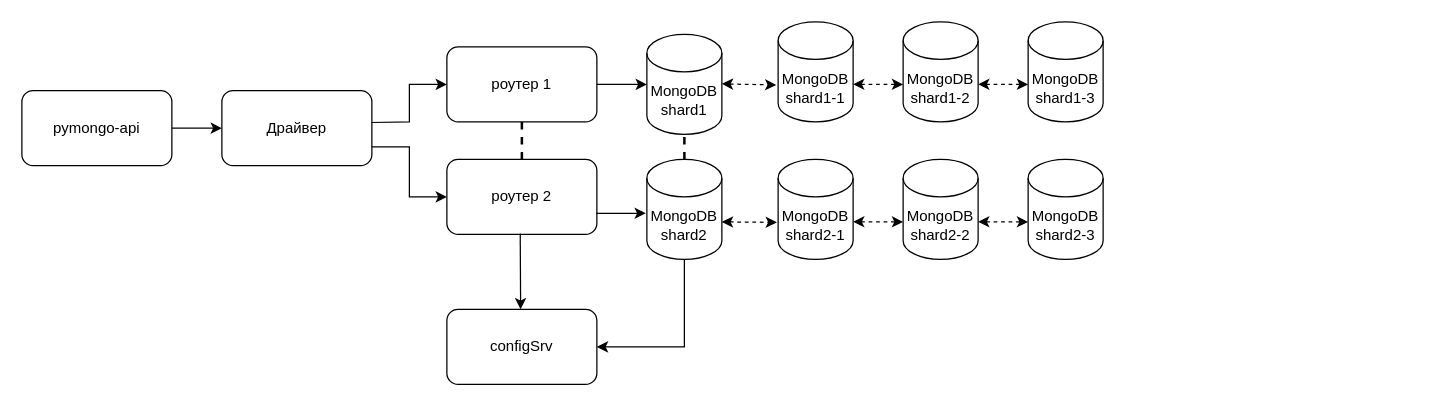
Above: page "Задание 1. Репликация" (3 of 6) of task1.drawio in Laborant90/architecture-sprint-2 (draw.io), before the change. Source tidied: cells renumbered, new cells numbered last; positions are measured from the earlier drawing's top-left corner, leaving out a move shared by most shapes. Both pictures are drawn from the tidied source at 125%, with x=0, y=0 at pixel (21, 21).
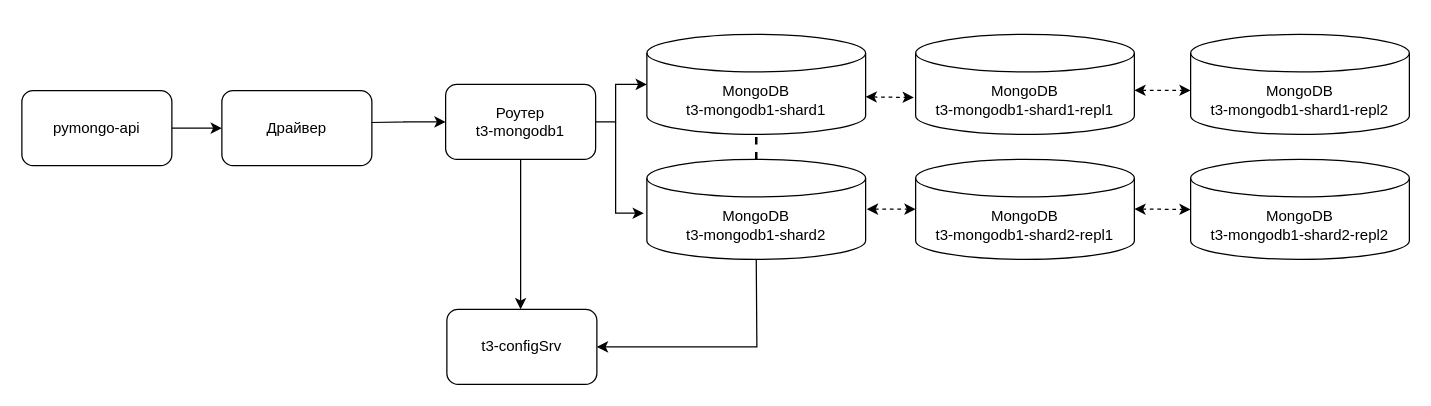
After the change.

The change refers to these unchanged cells:
```xml
<mxCell id="10" value="Драйвер" style="rounded=1;whiteSpace=wrap;html=1;" parent="1" vertex="1">
  <mxGeometry x="160" y="55" width="120" height="60" as="geometry" />
</mxCell>
```

Change to the diagram source:
```diff
@@
-    <mxCell id="2" value="MongoDB&lt;div&gt;shard1&lt;/div&gt;" style="shape=cylinder3;whiteSpace=wrap;html=1;boundedLbl=1;backgroundOutline=1;size=15;" parent="1" vertex="1">
-      <mxGeometry x="500" y="10" width="60" height="80" as="geometry" />
+    <mxCell id="2" value="MongoDB&lt;div&gt;t3-mongodb1-shard1&lt;/div&gt;" style="shape=cylinder3;whiteSpace=wrap;html=1;boundedLbl=1;backgroundOutline=1;size=15;" parent="1" vertex="1">
+      <mxGeometry x="500" y="10" width="175" height="80" as="geometry" />
     </mxCell>
@@
-    <mxCell id="4" value="роутер 1" style="rounded=1;whiteSpace=wrap;html=1;" parent="1" vertex="1">
-      <mxGeometry x="340" y="20" width="120" height="60" as="geometry" />
+    <mxCell id="4" value="Роутер&lt;div&gt;t3-mongodb1&lt;/div&gt;" style="rounded=1;whiteSpace=wrap;html=1;" parent="1" vertex="1">
+      <mxGeometry x="339" y="50" width="120" height="60" as="geometry" />
     </mxCell>
-    <mxCell id="5" value="роутер 2" style="rounded=1;whiteSpace=wrap;html=1;" parent="1" vertex="1">
-      <mxGeometry x="340" y="110" width="120" height="60" as="geometry" />
-    </mxCell>
-    <mxCell id="6" value="MongoDB&lt;div&gt;shard2&lt;/div&gt;" style="shape=cylinder3;whiteSpace=wrap;html=1;boundedLbl=1;backgroundOutline=1;size=15;" parent="1" vertex="1">
-      <mxGeometry x="500" y="110" width="60" height="80" as="geometry" />
+    <mxCell id="6" value="MongoDB&lt;div&gt;t3-mongodb1-shard2&lt;/div&gt;" style="shape=cylinder3;whiteSpace=wrap;html=1;boundedLbl=1;backgroundOutline=1;size=15;" parent="1" vertex="1">
+      <mxGeometry x="500" y="110" width="175" height="80" as="geometry" />
     </mxCell>
     <mxCell id="7" style="endArrow=classic;html=1;rounded=0;entryX=0;entryY=0.5;entryDx=0;entryDy=0;entryPerimeter=0;exitX=1;exitY=0.5;exitDx=0;exitDy=0;" parent="1" edge="1" source="4" target="2">
-      <mxGeometry relative="1" as="geometry" />
+      <mxGeometry relative="1" as="geometry">
+        <Array as="points">
+          <mxPoint x="475" y="80" />
+          <mxPoint x="475" y="50" />
+        </Array>
+      </mxGeometry>
     </mxCell>
-    <mxCell id="8" style="endArrow=classic;html=1;rounded=0;entryX=-0.014;entryY=0.539;entryDx=0;entryDy=0;entryPerimeter=0;exitX=0.997;exitY=0.72;exitDx=0;exitDy=0;exitPerimeter=0;" parent="1" edge="1" source="5" target="6">
-      <mxGeometry relative="1" as="geometry" />
+    <mxCell id="8" style="endArrow=classic;html=1;rounded=0;entryX=-0.014;entryY=0.539;entryDx=0;entryDy=0;entryPerimeter=0;" parent="1" edge="1" target="6">
+      <mxGeometry relative="1" as="geometry">
+        <mxPoint x="475" y="80" as="sourcePoint" />
+        <Array as="points">
+          <mxPoint x="475" y="153" />
+        </Array>
+      </mxGeometry>
     </mxCell>
@@
-    <mxCell id="11" value="configSrv" style="rounded=1;whiteSpace=wrap;html=1;" parent="1" vertex="1">
+    <mxCell id="11" value="t3-configSrv" style="rounded=1;whiteSpace=wrap;html=1;" parent="1" vertex="1">
       <mxGeometry x="340" y="230" width="120" height="60" as="geometry" />
     </mxCell>
-    <mxCell id="12" style="endArrow=none;dashed=1;html=1;strokeWidth=2;rounded=0;entryX=0.5;entryY=1;entryDx=0;entryDy=0;exitX=0.5;exitY=0;exitDx=0;exitDy=0;" parent="1" edge="1" source="5" target="4">
-      <mxGeometry relative="1" as="geometry" />
-    </mxCell>
     <mxCell id="13" style="endArrow=classic;html=1;rounded=0;entryX=0;entryY=0.5;entryDx=0;entryDy=0;exitX=0.998;exitY=0.425;exitDx=0;exitDy=0;exitPerimeter=0;" parent="1" edge="1" source="10" target="4">
       <mxGeometry relative="1" as="geometry">
         <Array as="points">
           <mxPoint x="310" y="80" />
-          <mxPoint x="310" y="50" />
+          <mxPoint x="305" y="80" />
         </Array>
       </mxGeometry>
     </mxCell>
-    <mxCell id="14" style="endArrow=classic;html=1;rounded=0;entryX=0;entryY=0.5;entryDx=0;entryDy=0;exitX=1;exitY=0.75;exitDx=0;exitDy=0;" parent="1" edge="1" source="10" target="5">
-      <mxGeometry relative="1" as="geometry">
-        <Array as="points">
-          <mxPoint x="310" y="100" />
-          <mxPoint x="310" y="120" />
-          <mxPoint x="310" y="140" />
-        </Array>
-      </mxGeometry>
-    </mxCell>
-    <mxCell id="15" style="endArrow=classic;html=1;rounded=0;exitX=0.489;exitY=0.99;exitDx=0;exitDy=0;exitPerimeter=0;" parent="1" edge="1" source="5">
+    <mxCell id="15" style="endArrow=classic;html=1;rounded=0;exitX=0.5;exitY=1;exitDx=0;exitDy=0;" parent="1" edge="1" source="4">
       <mxGeometry relative="1" as="geometry">
         <mxPoint x="399" y="230" as="targetPoint" />
       </mxGeometry>
     </mxCell>
@@
     <mxCell id="17" style="endArrow=classic;html=1;rounded=0;entryX=1;entryY=0.5;entryDx=0;entryDy=0;exitX=0.5;exitY=1;exitDx=0;exitDy=0;exitPerimeter=0;" parent="1" edge="1" source="6" target="11">
       <mxGeometry relative="1" as="geometry">
         <Array as="points">
-          <mxPoint x="530" y="260" />
+          <mxPoint x="588" y="260" />
         </Array>
       </mxGeometry>
     </mxCell>
-    <mxCell id="18" value="MongoDB&lt;div&gt;shard1-1&lt;/div&gt;" style="shape=cylinder3;whiteSpace=wrap;html=1;boundedLbl=1;backgroundOutline=1;size=15;" parent="1" vertex="1">
-      <mxGeometry x="605" width="60" height="80" as="geometry" />
-    </mxCell>
-    <mxCell id="19" value="MongoDB&lt;div&gt;shard1-2&lt;/div&gt;" style="shape=cylinder3;whiteSpace=wrap;html=1;boundedLbl=1;backgroundOutline=1;size=15;" parent="1" vertex="1">
-      <mxGeometry x="705" width="60" height="80" as="geometry" />
-    </mxCell>
-    <mxCell id="20" value="MongoDB&lt;div&gt;shard1-3&lt;/div&gt;" style="shape=cylinder3;whiteSpace=wrap;html=1;boundedLbl=1;backgroundOutline=1;size=15;" parent="1" vertex="1">
-      <mxGeometry x="805" width="60" height="80" as="geometry" />
-    </mxCell>
-    <mxCell id="21" style="endArrow=classic;startArrow=classic;html=1;rounded=0;entryX=-0.024;entryY=0.631;entryDx=0;entryDy=0;entryPerimeter=0;dashed=1;" parent="1" edge="1" target="18">
+    <mxCell id="21" style="endArrow=classic;startArrow=classic;html=1;rounded=0;entryX=-0.008;entryY=0.631;entryDx=0;entryDy=0;entryPerimeter=0;dashed=1;" parent="1" edge="1" target="30">
       <mxGeometry relative="1" as="geometry">
-        <mxPoint x="560" y="49.6" as="sourcePoint" />
+        <mxPoint x="675" y="60" as="sourcePoint" />
       </mxGeometry>
     </mxCell>
-    <mxCell id="22" style="endArrow=classic;startArrow=classic;html=1;rounded=0;exitX=1.004;exitY=0.531;exitDx=0;exitDy=0;exitPerimeter=0;dashed=1;entryX=0;entryY=0.625;entryDx=0;entryDy=0;entryPerimeter=0;" parent="1" edge="1" target="19">
-      <mxGeometry relative="1" as="geometry">
-        <mxPoint x="665" y="49.9" as="sourcePoint" />
-      </mxGeometry>
-    </mxCell>
-    <mxCell id="23" style="endArrow=classic;startArrow=classic;html=1;rounded=0;exitX=1.004;exitY=0.531;exitDx=0;exitDy=0;exitPerimeter=0;dashed=1;entryX=0;entryY=0.625;entryDx=0;entryDy=0;entryPerimeter=0;" parent="1" edge="1">
-      <mxGeometry relative="1" as="geometry">
-        <mxPoint x="765" y="49.9" as="sourcePoint" />
-        <mxPoint x="805" y="50" as="targetPoint" />
-      </mxGeometry>
-    </mxCell>
-    <mxCell id="24" value="MongoDB&lt;div&gt;shard2-1&lt;/div&gt;" style="shape=cylinder3;whiteSpace=wrap;html=1;boundedLbl=1;backgroundOutline=1;size=15;" parent="1" vertex="1">
-      <mxGeometry x="605" y="110" width="60" height="80" as="geometry" />
-    </mxCell>
-    <mxCell id="25" value="MongoDB&lt;div&gt;shard2-2&lt;/div&gt;" style="shape=cylinder3;whiteSpace=wrap;html=1;boundedLbl=1;backgroundOutline=1;size=15;" parent="1" vertex="1">
-      <mxGeometry x="705" y="110" width="60" height="80" as="geometry" />
-    </mxCell>
-    <mxCell id="26" value="MongoDB&lt;div&gt;shard2-3&lt;/div&gt;" style="shape=cylinder3;whiteSpace=wrap;html=1;boundedLbl=1;backgroundOutline=1;size=15;" parent="1" vertex="1">
-      <mxGeometry x="805" y="110" width="60" height="80" as="geometry" />
-    </mxCell>
-    <mxCell id="27" style="endArrow=classic;startArrow=classic;html=1;rounded=0;exitX=1.004;exitY=0.531;exitDx=0;exitDy=0;exitPerimeter=0;dashed=1;entryX=0;entryY=0.625;entryDx=0;entryDy=0;entryPerimeter=0;" parent="1" edge="1" target="25">
-      <mxGeometry relative="1" as="geometry">
-        <mxPoint x="665" y="159.9" as="sourcePoint" />
-      </mxGeometry>
-    </mxCell>
-    <mxCell id="28" style="endArrow=classic;startArrow=classic;html=1;rounded=0;exitX=1.004;exitY=0.531;exitDx=0;exitDy=0;exitPerimeter=0;dashed=1;entryX=0;entryY=0.625;entryDx=0;entryDy=0;entryPerimeter=0;" parent="1" edge="1">
-      <mxGeometry relative="1" as="geometry">
-        <mxPoint x="765" y="159.9" as="sourcePoint" />
-        <mxPoint x="805" y="160" as="targetPoint" />
-      </mxGeometry>
-    </mxCell>
-    <mxCell id="29" style="endArrow=classic;startArrow=classic;html=1;rounded=0;entryX=-0.024;entryY=0.631;entryDx=0;entryDy=0;entryPerimeter=0;dashed=1;" parent="1" edge="1">
-      <mxGeometry relative="1" as="geometry">
-        <mxPoint x="560" y="160" as="sourcePoint" />
-        <mxPoint x="604" y="160.4" as="targetPoint" />
-      </mxGeometry>
-    </mxCell>
+    <mxCell id="30" value="MongoDB&lt;div&gt;t3-mongodb1-shard1-repl1&lt;/div&gt;" style="shape=cylinder3;whiteSpace=wrap;html=1;boundedLbl=1;backgroundOutline=1;size=15;" parent="1" vertex="1">
+      <mxGeometry x="715" y="10" width="175" height="80" as="geometry" />
+    </mxCell>
+    <mxCell id="31" value="MongoDB&lt;div&gt;t3-mongodb1-shard1-repl2&lt;/div&gt;" style="shape=cylinder3;whiteSpace=wrap;html=1;boundedLbl=1;backgroundOutline=1;size=15;" parent="1" vertex="1">
+      <mxGeometry x="935" y="10" width="175" height="80" as="geometry" />
+    </mxCell>
+    <mxCell id="32" value="MongoDB&lt;div&gt;t3-mongodb1-shard2-repl1&lt;/div&gt;" style="shape=cylinder3;whiteSpace=wrap;html=1;boundedLbl=1;backgroundOutline=1;size=15;" parent="1" vertex="1">
+      <mxGeometry x="715" y="110" width="175" height="80" as="geometry" />
+    </mxCell>
+    <mxCell id="33" value="MongoDB&lt;div&gt;t3-mongodb1-shard2-repl2&lt;/div&gt;" style="shape=cylinder3;whiteSpace=wrap;html=1;boundedLbl=1;backgroundOutline=1;size=15;" parent="1" vertex="1">
+      <mxGeometry x="935" y="110" width="175" height="80" as="geometry" />
+    </mxCell>
+    <mxCell id="34" style="endArrow=classic;startArrow=classic;html=1;rounded=0;entryX=-0.008;entryY=0.631;entryDx=0;entryDy=0;entryPerimeter=0;dashed=1;" parent="1" edge="1">
+      <mxGeometry relative="1" as="geometry">
+        <mxPoint x="676" y="149.8" as="sourcePoint" />
+        <mxPoint x="715" y="149.8" as="targetPoint" />
+      </mxGeometry>
+    </mxCell>
+    <mxCell id="35" style="endArrow=classic;startArrow=classic;html=1;rounded=0;entryX=0;entryY=0.5;entryDx=0;entryDy=0;entryPerimeter=0;dashed=1;" parent="1" edge="1" target="33">
+      <mxGeometry relative="1" as="geometry">
+        <mxPoint x="890" y="149.8" as="sourcePoint" />
+      </mxGeometry>
+    </mxCell>
+    <mxCell id="36" style="endArrow=classic;startArrow=classic;html=1;rounded=0;entryX=0;entryY=0.5;entryDx=0;entryDy=0;entryPerimeter=0;dashed=1;" parent="1" edge="1">
+      <mxGeometry relative="1" as="geometry">
+        <mxPoint x="890" y="54.7" as="sourcePoint" />
+        <mxPoint x="935" y="54.8" as="targetPoint" />
+      </mxGeometry>
+    </mxCell>
```
